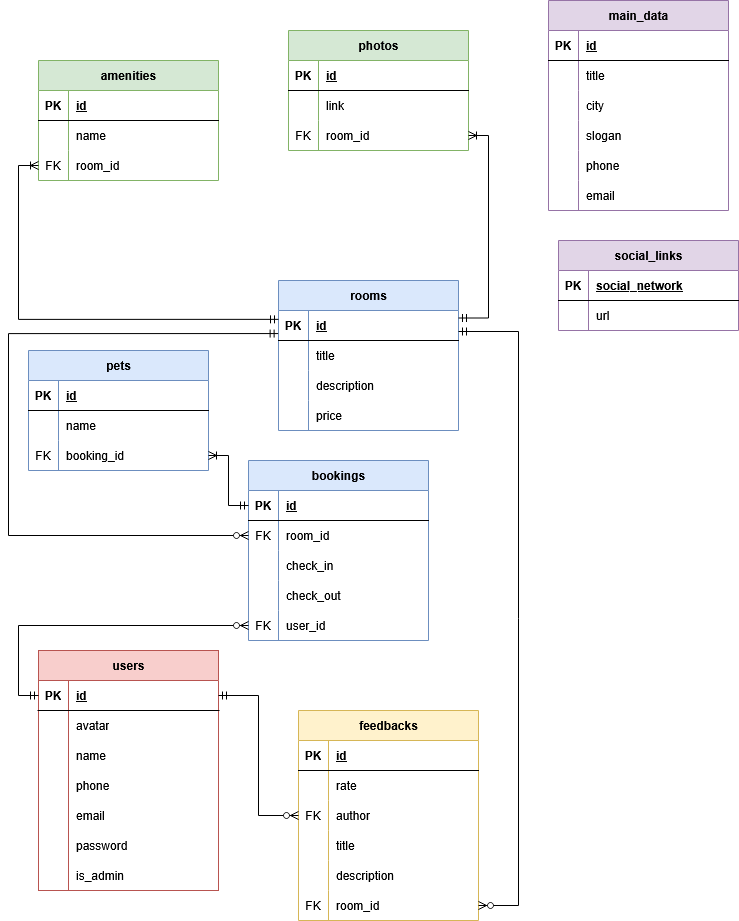
This is БД котейка.drawio.png from rexxless/koteika, a draw.io export, as it was before one commit. Source tidied: cells renumbered, new cells last; positions are measured from the earlier drawing's top-left corner, leaving out a move shared by most shapes.
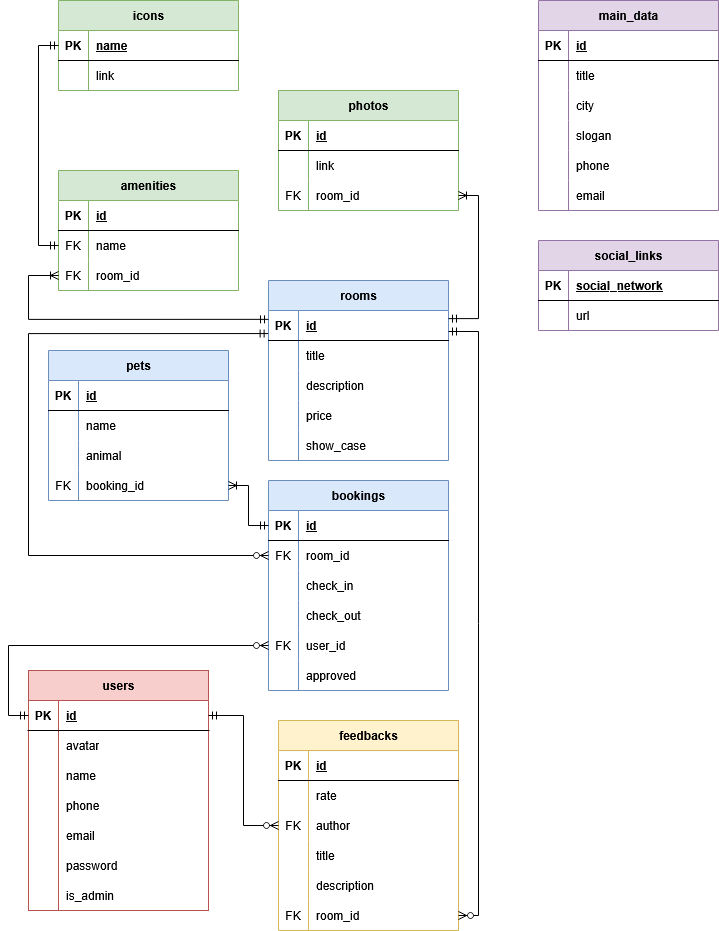
Later version of the same file.

The edit, as a diff of the source:
```diff
@@ -3,7 +3,7 @@
     <mxCell id="0" />
     <mxCell id="1" parent="0" />
     <mxCell id="2" value="users" style="shape=table;startSize=30;rowLines=0;fontStyle=1;align=center;html=1;swimlaneFillColor=#FFFFFF;fillColor=#f8cecc;strokeColor=#b85450;" parent="1" vertex="1">
-      <mxGeometry x="30" y="650" width="180" height="240" as="geometry" />
+      <mxGeometry x="30" y="670" width="180" height="240" as="geometry" />
     </mxCell>
     <mxCell id="3" style="shape=tableRow;horizontal=0;startSize=0;swimlaneHead=0;swimlaneBody=0;fillColor=none;points=[[0,0.5],[1,0.5]];portConstraint=eastwest;top=0;left=0;right=0;bottom=1;" parent="2" vertex="1">
       <mxGeometry y="30" width="180" height="30" as="geometry" />
@@ -126,7 +126,7 @@
       <mxGeometry x="30" width="150" height="30" as="geometry" />
     </mxCell>
     <mxCell id="43" value="rooms" style="shape=table;startSize=30;rowLines=0;fontStyle=1;align=center;html=1;fillColor=#dae8fc;strokeColor=#6c8ebf;swimlaneFillColor=#FFFFFF;" parent="1" vertex="1">
-      <mxGeometry x="270" y="280" width="180" height="150" as="geometry" />
+      <mxGeometry x="270" y="280" width="180" height="180" as="geometry" />
     </mxCell>
     <mxCell id="44" style="shape=tableRow;horizontal=0;startSize=0;swimlaneHead=0;swimlaneBody=0;fillColor=none;points=[[0,0.5],[1,0.5]];portConstraint=eastwest;top=0;left=0;right=0;bottom=1;" parent="43" vertex="1">
       <mxGeometry y="30" width="180" height="30" as="geometry" />
@@ -164,8 +164,17 @@
     <mxCell id="55" value="price" style="shape=partialRectangle;fillColor=none;top=0;left=0;bottom=0;right=0;align=left;spacingLeft=6;overflow=hidden;whiteSpace=wrap;html=1;" parent="53" vertex="1">
       <mxGeometry x="30" width="150" height="30" as="geometry" />
     </mxCell>
+    <mxCell id="135" style="shape=tableRow;horizontal=0;startSize=0;swimlaneHead=0;swimlaneBody=0;fillColor=none;top=0;left=0;right=0;bottom=0;" parent="43" vertex="1">
+      <mxGeometry y="150" width="180" height="30" as="geometry" />
+    </mxCell>
+    <mxCell id="136" style="shape=partialRectangle;fillColor=none;top=0;left=0;bottom=0;right=0;overflow=hidden;" parent="135" vertex="1">
+      <mxGeometry width="30" height="30" as="geometry" />
+    </mxCell>
+    <mxCell id="137" value="show_case" style="shape=partialRectangle;fillColor=none;top=0;left=0;bottom=0;right=0;align=left;spacingLeft=6;overflow=hidden;" parent="135" vertex="1">
+      <mxGeometry x="30" width="150" height="30" as="geometry" />
+    </mxCell>
     <mxCell id="56" value="photos" style="shape=table;startSize=30;rowLines=0;fontStyle=1;align=center;html=1;fillColor=#d5e8d4;strokeColor=#82b366;swimlaneFillColor=#FFFFFF;" parent="1" vertex="1">
-      <mxGeometry x="280" y="30" width="180" height="120" as="geometry" />
+      <mxGeometry x="280" y="90" width="180" height="120" as="geometry" />
     </mxCell>
     <mxCell id="57" style="shape=tableRow;horizontal=0;startSize=0;swimlaneHead=0;swimlaneBody=0;fillColor=none;top=0;left=0;right=0;bottom=1;" parent="56" vertex="1">
       <mxGeometry y="30" width="180" height="30" as="geometry" />
@@ -195,7 +204,7 @@
       <mxGeometry x="30" width="150" height="30" as="geometry" />
     </mxCell>
     <mxCell id="66" value="amenities" style="shape=table;startSize=30;rowLines=0;fontStyle=1;align=center;html=1;fillColor=#d5e8d4;strokeColor=#82b366;swimlaneFillColor=#FFFFFF;" parent="1" vertex="1">
-      <mxGeometry x="30" y="60" width="180" height="120" as="geometry" />
+      <mxGeometry x="60" y="170" width="180" height="120" as="geometry" />
     </mxCell>
     <mxCell id="67" style="shape=tableRow;horizontal=0;startSize=0;swimlaneHead=0;swimlaneBody=0;fillColor=none;top=0;left=0;right=0;bottom=1;" parent="66" vertex="1">
       <mxGeometry y="30" width="180" height="30" as="geometry" />
@@ -209,7 +218,7 @@
     <mxCell id="70" style="shape=tableRow;horizontal=0;startSize=0;swimlaneHead=0;swimlaneBody=0;fillColor=none;points=[[0,0.5],[1,0.5]];portConstraint=eastwest;top=0;left=0;right=0;bottom=0;" parent="66" vertex="1">
       <mxGeometry y="60" width="180" height="30" as="geometry" />
     </mxCell>
-    <mxCell id="71" style="shape=partialRectangle;fillColor=none;top=0;left=0;bottom=0;right=0;overflow=hidden;whiteSpace=wrap;html=1;" parent="70" vertex="1">
+    <mxCell id="71" value="FK" style="shape=partialRectangle;fillColor=none;top=0;left=0;bottom=0;right=0;overflow=hidden;whiteSpace=wrap;html=1;" parent="70" vertex="1">
       <mxGeometry width="30" height="30" as="geometry" />
     </mxCell>
     <mxCell id="72" value="name" style="shape=partialRectangle;fillColor=none;top=0;left=0;bottom=0;right=0;align=left;spacingLeft=6;overflow=hidden;whiteSpace=wrap;html=1;" parent="70" vertex="1">
@@ -225,7 +234,7 @@
       <mxGeometry x="30" width="150" height="30" as="geometry" />
     </mxCell>
     <mxCell id="76" value="feedbacks" style="shape=table;startSize=30;rowLines=0;fontStyle=1;align=center;html=1;fillColor=#fff2cc;strokeColor=#d6b656;swimlaneFillColor=#FFFFFF;" parent="1" vertex="1">
-      <mxGeometry x="290" y="710" width="180" height="210" as="geometry" />
+      <mxGeometry x="280" y="720" width="180" height="210" as="geometry" />
     </mxCell>
     <mxCell id="77" style="shape=tableRow;horizontal=0;startSize=0;swimlaneHead=0;swimlaneBody=0;fillColor=none;top=0;left=0;right=0;bottom=1;" parent="76" vertex="1">
       <mxGeometry y="30" width="180" height="30" as="geometry" />
@@ -282,7 +291,7 @@
       <mxGeometry x="30" width="150" height="30" as="geometry" />
     </mxCell>
     <mxCell id="95" value="social_links" style="shape=table;startSize=30;rowLines=0;fontStyle=1;align=center;html=1;fillColor=#e1d5e7;strokeColor=#9673a6;swimlaneFillColor=#FFFFFF;" parent="1" vertex="1">
-      <mxGeometry x="550" y="240" width="180" height="90" as="geometry" />
+      <mxGeometry x="540" y="240" width="180" height="90" as="geometry" />
     </mxCell>
     <mxCell id="96" style="shape=tableRow;horizontal=0;startSize=0;swimlaneHead=0;swimlaneBody=0;fillColor=none;top=0;left=0;right=0;bottom=1;" parent="95" vertex="1">
       <mxGeometry y="30" width="180" height="30" as="geometry" />
@@ -303,7 +312,7 @@
       <mxGeometry x="30" width="150" height="30" as="geometry" />
     </mxCell>
     <mxCell id="102" value="bookings" style="shape=table;startSize=30;rowLines=0;fontStyle=1;align=center;html=1;fillColor=#dae8fc;strokeColor=#6c8ebf;swimlaneFillColor=#FFFFFF;" parent="1" vertex="1">
-      <mxGeometry x="240" y="460" width="180" height="180" as="geometry" />
+      <mxGeometry x="270" y="480" width="180" height="210" as="geometry" />
     </mxCell>
     <mxCell id="103" style="shape=tableRow;horizontal=0;startSize=0;swimlaneHead=0;swimlaneBody=0;fillColor=none;points=[[0,0.5],[1,0.5]];portConstraint=eastwest;top=0;left=0;right=0;bottom=1;" parent="102" vertex="1">
       <mxGeometry y="30" width="180" height="30" as="geometry" />
@@ -350,8 +359,17 @@
     <mxCell id="117" value="user_id" style="shape=partialRectangle;fillColor=none;top=0;left=0;bottom=0;right=0;align=left;spacingLeft=6;overflow=hidden;" parent="115" vertex="1">
       <mxGeometry x="30" width="150" height="30" as="geometry" />
     </mxCell>
+    <mxCell id="138" style="shape=tableRow;horizontal=0;startSize=0;swimlaneHead=0;swimlaneBody=0;fillColor=none;top=0;left=0;right=0;bottom=0;" parent="102" vertex="1">
+      <mxGeometry y="180" width="180" height="30" as="geometry" />
+    </mxCell>
+    <mxCell id="139" style="shape=partialRectangle;fillColor=none;top=0;left=0;bottom=0;right=0;overflow=hidden;" parent="138" vertex="1">
+      <mxGeometry width="30" height="30" as="geometry" />
+    </mxCell>
+    <mxCell id="140" value="approved" style="shape=partialRectangle;fillColor=none;top=0;left=0;bottom=0;right=0;align=left;spacingLeft=6;overflow=hidden;" parent="138" vertex="1">
+      <mxGeometry x="30" width="150" height="30" as="geometry" />
+    </mxCell>
     <mxCell id="118" value="pets" style="shape=table;startSize=30;rowLines=0;fontStyle=1;align=center;html=1;fillColor=#dae8fc;strokeColor=#6c8ebf;swimlaneFillColor=#FFFFFF;" parent="1" vertex="1">
-      <mxGeometry x="20" y="350" width="180" height="120" as="geometry" />
+      <mxGeometry x="50" y="350" width="180" height="150" as="geometry" />
     </mxCell>
     <mxCell id="119" style="shape=tableRow;horizontal=0;startSize=0;swimlaneHead=0;swimlaneBody=0;fillColor=none;top=0;left=0;right=0;bottom=1;" parent="118" vertex="1">
       <mxGeometry y="30" width="180" height="30" as="geometry" />
@@ -371,8 +389,17 @@
     <mxCell id="124" value="name" style="shape=partialRectangle;fillColor=none;top=0;left=0;bottom=0;right=0;align=left;spacingLeft=6;overflow=hidden;whiteSpace=wrap;html=1;" parent="122" vertex="1">
       <mxGeometry x="30" width="150" height="30" as="geometry" />
     </mxCell>
+    <mxCell id="141" style="shape=tableRow;horizontal=0;startSize=0;swimlaneHead=0;swimlaneBody=0;fillColor=none;top=0;left=0;right=0;bottom=0;" parent="118" vertex="1">
+      <mxGeometry y="90" width="180" height="30" as="geometry" />
+    </mxCell>
+    <mxCell id="142" style="shape=partialRectangle;fillColor=none;top=0;left=0;bottom=0;right=0;overflow=hidden;" parent="141" vertex="1">
+      <mxGeometry width="30" height="30" as="geometry" />
+    </mxCell>
+    <mxCell id="143" value="animal" style="shape=partialRectangle;fillColor=none;top=0;left=0;bottom=0;right=0;align=left;spacingLeft=6;overflow=hidden;" parent="141" vertex="1">
+      <mxGeometry x="30" width="150" height="30" as="geometry" />
+    </mxCell>
     <mxCell id="125" style="shape=tableRow;horizontal=0;startSize=0;swimlaneHead=0;swimlaneBody=0;fillColor=none;points=[[0,0.5],[1,0.5]];portConstraint=eastwest;top=0;left=0;right=0;bottom=0;" parent="118" vertex="1">
-      <mxGeometry y="90" width="180" height="30" as="geometry" />
+      <mxGeometry y="120" width="180" height="30" as="geometry" />
     </mxCell>
     <mxCell id="126" value="FK" style="shape=partialRectangle;fillColor=none;top=0;left=0;bottom=0;right=0;overflow=hidden;whiteSpace=wrap;html=1;" parent="125" vertex="1">
       <mxGeometry width="30" height="30" as="geometry" />
@@ -386,45 +413,74 @@
     <mxCell id="129" style="edgeStyle=orthogonalEdgeStyle;fontSize=12;html=1;endArrow=ERzeroToMany;startArrow=ERmandOne;rounded=0;entryX=1;entryY=0.5;entryDx=0;entryDy=0;exitX=1;exitY=0.7;exitDx=0;exitDy=0;exitPerimeter=0;" parent="1" edge="1" source="44" target="92">
       <mxGeometry relative="1" as="geometry">
         <Array as="points">
-          <mxPoint x="510" y="331" />
-          <mxPoint x="510" y="905" />
+          <mxPoint x="480" y="331" />
+          <mxPoint x="480" y="915" />
         </Array>
       </mxGeometry>
     </mxCell>
     <mxCell id="130" style="edgeStyle=orthogonalEdgeStyle;fontSize=12;html=1;endArrow=ERzeroToMany;startArrow=ERmandOne;rounded=0;entryX=0;entryY=0.5;entryDx=0;entryDy=0;exitX=0;exitY=0.5;exitDx=0;exitDy=0;" parent="1" edge="1" source="3" target="115">
       <mxGeometry relative="1" as="geometry">
         <Array as="points">
-          <mxPoint x="10" y="695" />
-          <mxPoint x="10" y="625" />
+          <mxPoint x="10" y="715" />
+          <mxPoint x="10" y="645" />
         </Array>
       </mxGeometry>
     </mxCell>
     <mxCell id="131" style="edgeStyle=orthogonalEdgeStyle;fontSize=12;html=1;endArrow=ERzeroToMany;startArrow=ERmandOne;rounded=0;exitX=-0.002;exitY=0.769;exitDx=0;exitDy=0;entryX=0;entryY=0.5;entryDx=0;entryDy=0;exitPerimeter=0;" parent="1" edge="1" source="44" target="106">
       <mxGeometry relative="1" as="geometry">
         <Array as="points">
-          <mxPoint y="333" />
-          <mxPoint y="535" />
+          <mxPoint x="30" y="333" />
+          <mxPoint x="30" y="555" />
         </Array>
       </mxGeometry>
     </mxCell>
     <mxCell id="132" style="edgeStyle=orthogonalEdgeStyle;fontSize=12;html=1;endArrow=ERoneToMany;startArrow=ERmandOne;rounded=0;exitX=0;exitY=0.5;exitDx=0;exitDy=0;entryX=1;entryY=0.5;entryDx=0;entryDy=0;" parent="1" edge="1" source="103" target="125">
       <mxGeometry relative="1" as="geometry" />
     </mxCell>
-    <mxCell id="133" style="edgeStyle=orthogonalEdgeStyle;fontSize=12;html=1;endArrow=ERoneToMany;startArrow=ERmandOne;rounded=0;exitX=1;exitY=0.25;exitDx=0;exitDy=0;entryX=1;entryY=0.5;entryDx=0;entryDy=0;" parent="1" edge="1" source="43" target="63">
+    <mxCell id="133" style="edgeStyle=orthogonalEdgeStyle;fontSize=12;html=1;endArrow=ERoneToMany;startArrow=ERmandOne;rounded=0;exitX=1;exitY=0.271;exitDx=0;exitDy=0;entryX=1;entryY=0.5;entryDx=0;entryDy=0;exitPerimeter=0;" parent="1" edge="1" source="44" target="63">
       <mxGeometry relative="1" as="geometry">
         <Array as="points">
-          <mxPoint x="480" y="317" />
-          <mxPoint x="480" y="135" />
+          <mxPoint x="480" y="318" />
+          <mxPoint x="480" y="195" />
         </Array>
       </mxGeometry>
     </mxCell>
     <mxCell id="134" style="edgeStyle=orthogonalEdgeStyle;fontSize=12;html=1;endArrow=ERoneToMany;startArrow=ERmandOne;rounded=0;exitX=0;exitY=0.295;exitDx=0;exitDy=0;entryX=0;entryY=0.5;entryDx=0;entryDy=0;exitPerimeter=0;" parent="1" edge="1" source="44" target="73">
       <mxGeometry relative="1" as="geometry">
         <Array as="points">
-          <mxPoint x="10" y="319" />
-          <mxPoint x="10" y="165" />
+          <mxPoint x="30" y="319" />
+          <mxPoint x="30" y="275" />
         </Array>
       </mxGeometry>
     </mxCell>
+    <mxCell id="144" value="icons" style="shape=table;startSize=30;rowLines=0;fontStyle=1;align=center;html=1;fillColor=#d5e8d4;strokeColor=#82b366;swimlaneFillColor=#FFFFFF;" parent="1" vertex="1">
+      <mxGeometry x="60" width="180" height="90" as="geometry" />
+    </mxCell>
+    <mxCell id="145" style="shape=tableRow;horizontal=0;startSize=0;swimlaneHead=0;swimlaneBody=0;fillColor=none;points=[[0,0.5],[1,0.5]];portConstraint=eastwest;top=0;left=0;right=0;bottom=1;" parent="144" vertex="1">
+      <mxGeometry y="30" width="180" height="30" as="geometry" />
+    </mxCell>
+    <mxCell id="146" value="PK" style="shape=partialRectangle;fillColor=none;top=0;left=0;bottom=0;right=0;fontStyle=1;overflow=hidden;whiteSpace=wrap;html=1;" parent="145" vertex="1">
+      <mxGeometry width="30" height="30" as="geometry" />
+    </mxCell>
+    <mxCell id="147" value="name" style="shape=partialRectangle;fillColor=none;top=0;left=0;bottom=0;right=0;align=left;spacingLeft=6;fontStyle=5;overflow=hidden;whiteSpace=wrap;html=1;" parent="145" vertex="1">
+      <mxGeometry x="30" width="150" height="30" as="geometry" />
+    </mxCell>
+    <mxCell id="148" style="shape=tableRow;horizontal=0;startSize=0;swimlaneHead=0;swimlaneBody=0;fillColor=none;top=0;left=0;right=0;bottom=0;" parent="144" vertex="1">
+      <mxGeometry y="60" width="180" height="30" as="geometry" />
+    </mxCell>
+    <mxCell id="149" style="shape=partialRectangle;fillColor=none;top=0;left=0;bottom=0;right=0;overflow=hidden;whiteSpace=wrap;html=1;" parent="148" vertex="1">
+      <mxGeometry width="30" height="30" as="geometry" />
+    </mxCell>
+    <mxCell id="150" value="link" style="shape=partialRectangle;fillColor=none;top=0;left=0;bottom=0;right=0;align=left;spacingLeft=6;overflow=hidden;whiteSpace=wrap;html=1;" parent="148" vertex="1">
+      <mxGeometry x="30" width="150" height="30" as="geometry" />
+    </mxCell>
+    <mxCell id="151" style="edgeStyle=orthogonalEdgeStyle;fontSize=12;html=1;endArrow=ERmandOne;startArrow=ERmandOne;rounded=0;entryX=0;entryY=0.5;entryDx=0;entryDy=0;exitX=0;exitY=0.5;exitDx=0;exitDy=0;" parent="1" edge="1" source="70" target="145">
+      <mxGeometry relative="1" as="geometry">
+        <Array as="points">
+          <mxPoint x="40" y="245" />
+          <mxPoint x="40" y="45" />
+        </Array>
+      </mxGeometry>
+    </mxCell>
   </root>
 </mxGraphModel>
```
